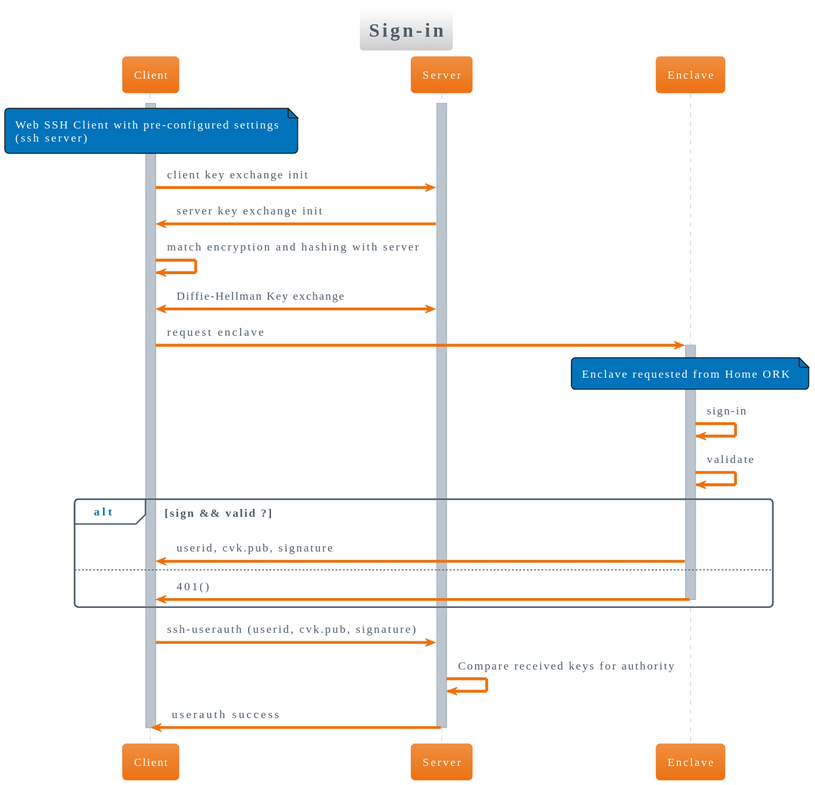
Above: diagrams/svg/Sign-in.svg in tide-foundation/KeyleSSH (PlantUML), before the change. Its diagram source:
```plantuml
@startuml Sign-in
!include https://raw.githubusercontent.com/bschwarz/puml-themes/master/themes/aws-orange-light/puml-theme-aws-orange-light.puml


title Sign-in
note over Client
Web SSH Client with pre-configured settings
(ssh server)
end note
activate Client
activate Server
Client->Server: client key exchange init
Server->Client: server key exchange init
Client->Client: match encryption and hashing with server
Client<->Server: Diffie-Hellman Key exchange

Client->Enclave: request enclave
note over Enclave
Enclave requested from Home ORK
end note

activate Enclave
Enclave->Enclave: sign-in
Enclave->Enclave: validate


alt sign && valid ?
    Enclave->Client:userid, cvk.pub, signature
    else
    Enclave->Client:401()
    deactivate Enclave
end

Client->Server: ssh-userauth (userid, cvk.pub, signature)
Server->Server: Compare received keys for authority
Server->Client: userauth success
deactivate Server


deactivate Client
@enduml
```
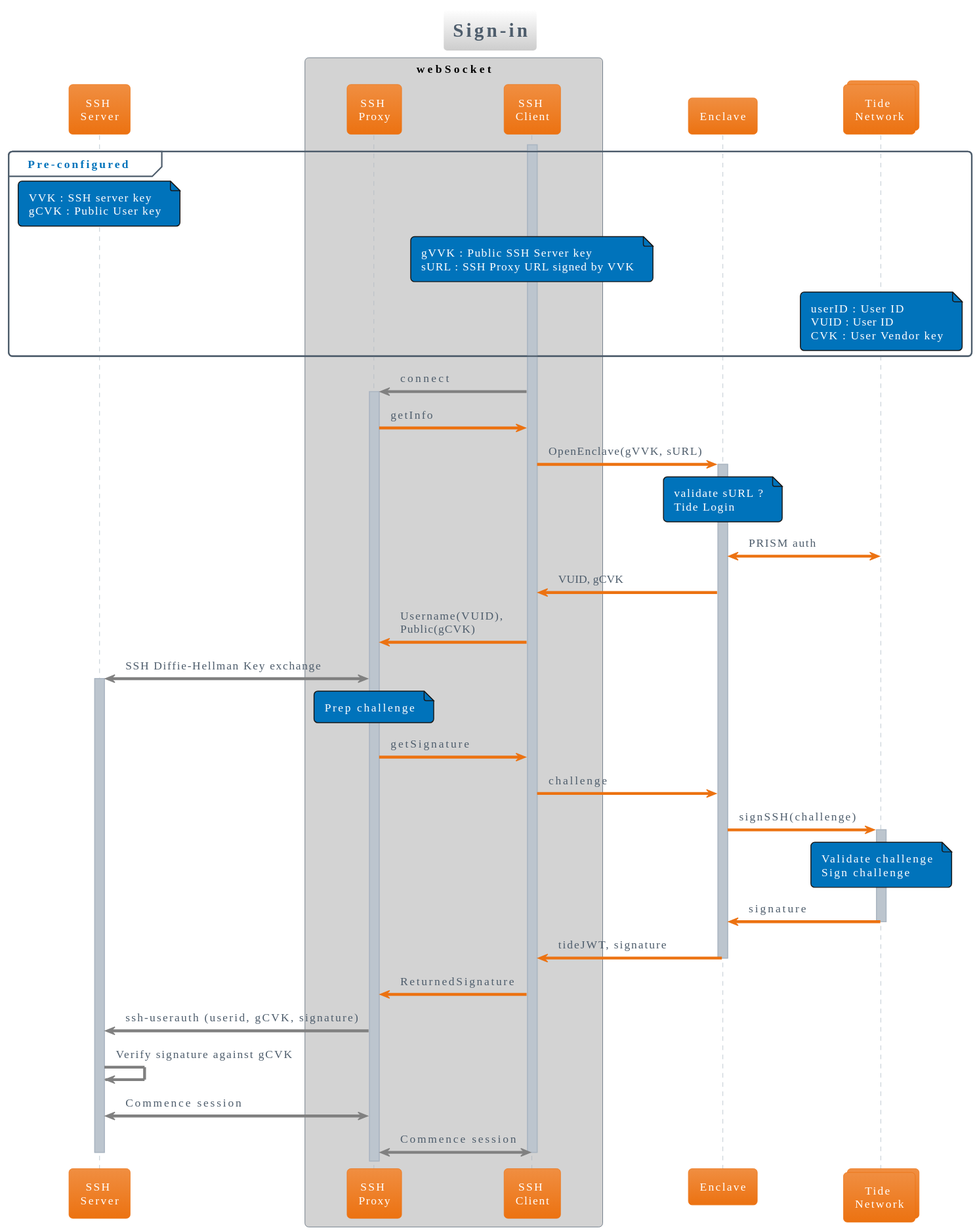
The same file after the commit.

Commit message:
:rocket: Adding Generated PlantUML Diagrams

The edit, as a diff of the source:
```diff
@@ -1,39 +1,80 @@
 @startuml Sign-in
+title Sign-in
 !include https://raw.githubusercontent.com/bschwarz/puml-themes/master/themes/aws-orange-light/puml-theme-aws-orange-light.puml
 
+participant "SSH \nServer" as Server
+box "webSocket" #LightGray
+participant "SSH \nProxy" as Proxy
+participant "SSH \nClient" as Client
+end box
+participant "Enclave" as Enclave
+collections "Tide \nNetwork" as Tide
 
-title Sign-in
-note over Client
-Web SSH Client with pre-configured settings
-(ssh server)
-end note
-activate Client
-activate Server
-Client->Server: client key exchange init
-Server->Client: server key exchange init
-Client->Client: match encryption and hashing with server
-Client<->Server: Diffie-Hellman Key exchange
-
-Client->Enclave: request enclave
-note over Enclave
-Enclave requested from Home ORK
+group Pre-configured
+note over Server
+    VVK : SSH server key
+    gCVK : Public User key
 end note
 
+note over Client
+    gVVK : Public SSH Server key
+    sURL : SSH Proxy URL signed by VVK
+end note
+
+note over Tide
+    userID : User ID
+    VUID : User ID
+    CVK : User Vendor key
+end note
+end group
+
+activate Client
+Client-[#Gray]>Proxy : connect
+activate Proxy
+Client<-Proxy : getInfo
+
+Client->Enclave: OpenEnclave(gVVK, sURL)
 activate Enclave
-Enclave->Enclave: sign-in
-Enclave->Enclave: validate
 
+note over Enclave
+    validate sURL ?
+    Tide Login
+end note
 
-alt sign && valid ?
-    Enclave->Client:userid, cvk.pub, signature
-    else
-    Enclave->Client:401()
-    deactivate Enclave
-end
+Enclave<->Tide: PRISM auth
+Client<-Enclave: VUID, gCVK
+Client->Proxy: Username(VUID), \nPublic(gCVK)
 
-Client->Server: ssh-userauth (userid, cvk.pub, signature)
-Server->Server: Compare received keys for authority
-Server->Client: userauth success
+Proxy<-[#Gray]>Server: SSH Diffie-Hellman Key exchange
+activate Server
+
+note over Proxy
+    Prep challenge
+end note
+
+Client<-Proxy: getSignature
+Client->Enclave: challenge
+
+Enclave->Tide: signSSH(challenge)
+
+activate Tide
+note over Tide
+    Validate challenge
+    Sign challenge
+end note
+
+Enclave<-Tide: signature
+deactivate Tide
+
+Enclave->Client: tideJWT, signature
+
+deactivate Enclave
+
+Client->Proxy: ReturnedSignature
+Proxy-[#Gray]>Server: ssh-userauth (userid, gCVK, signature)
+Server-[#Gray]>Server: Verify signature against gCVK
+Server<-[#Gray]>Proxy: Commence session
+Client<-[#Gray]>Proxy: Commence session
 deactivate Server
 
 
```
